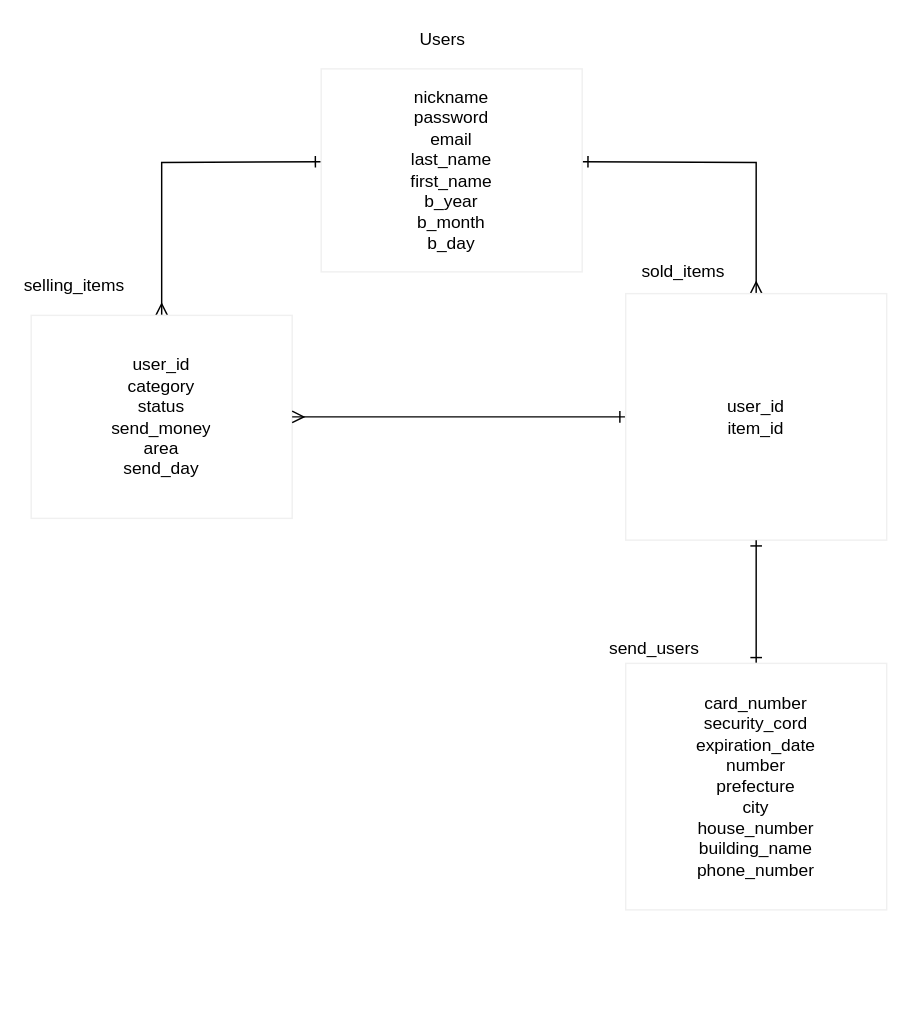
Earlier version of the draw.io diagram table.dio (kobayashi-kenta/furima-31484). Source tidied: cells renumbered, new cells numbered last; positions are measured from the earlier drawing's top-left corner, leaving out a move shared by most shapes. Both pictures are drawn from the tidied source at 145%, with x=0, y=0 at pixel (30, 25).
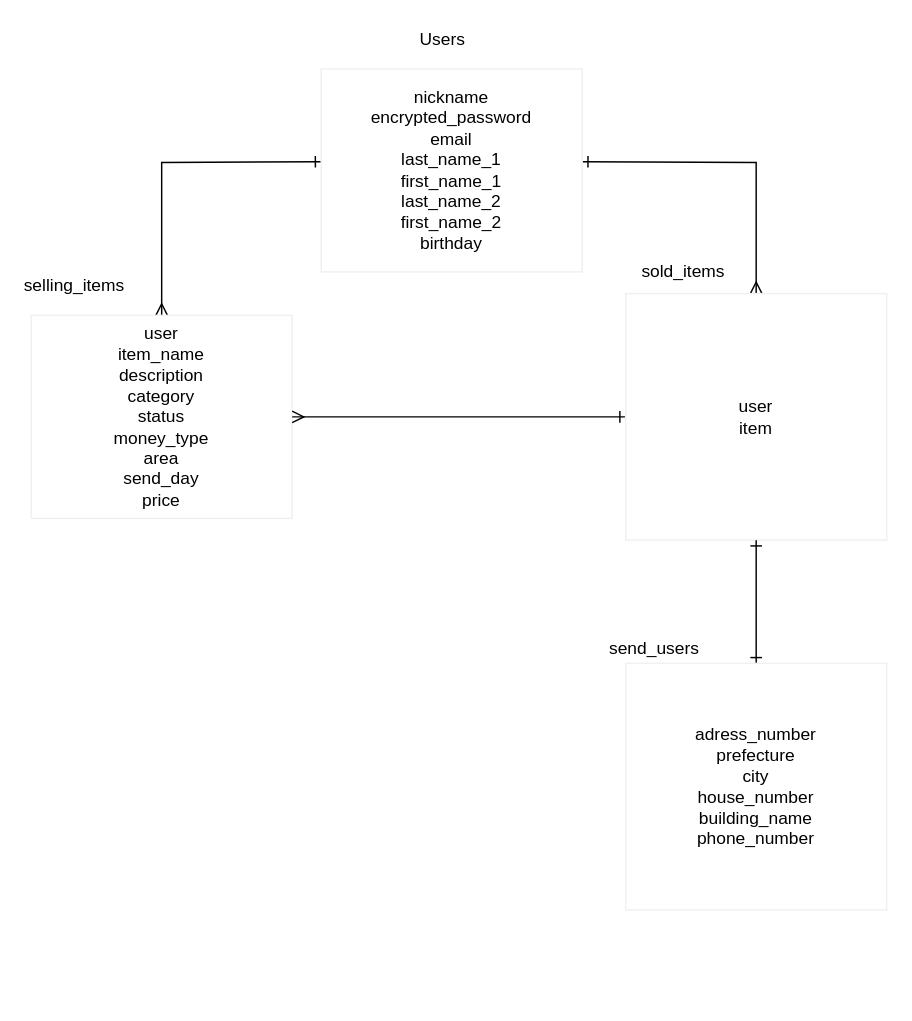
The same page after the edit.

Change to the diagram source:
```diff
@@
 <mxGraphModel>
   <root>
     <mxCell id="0" />
     <mxCell id="1" parent="0" />
     <mxCell id="2" style="edgeStyle=orthogonalEdgeStyle;rounded=0;jettySize=auto;html=1;exitX=0;exitY=0.5;exitDx=0;exitDy=0;entryX=0.5;entryY=0;entryDx=0;entryDy=0;endArrow=ERmany;endFill=0;startArrow=ERone;startFill=0;" parent="1" edge="1" target="5">
       <mxGeometry relative="1" as="geometry">
         <mxPoint x="200" y="94" as="sourcePoint" />
       </mxGeometry>
     </mxCell>
     <mxCell id="3" style="edgeStyle=orthogonalEdgeStyle;rounded=0;jettySize=auto;html=1;exitX=1;exitY=0.5;exitDx=0;exitDy=0;entryX=0.5;entryY=0;entryDx=0;entryDy=0;endArrow=ERmany;endFill=0;startArrow=ERone;startFill=0;" parent="1" edge="1" target="7">
       <mxGeometry relative="1" as="geometry">
         <mxPoint x="380" y="94" as="sourcePoint" />
       </mxGeometry>
     </mxCell>
-    <mxCell id="4" value="nickname&lt;br&gt;password&lt;br&gt;email&lt;br&gt;last_name&lt;br&gt;first_name&lt;br&gt;b_year&lt;br&gt;b_month&lt;br&gt;b_day" style="text;fillColor=none;html=1;whiteSpace=wrap;verticalAlign=middle;overflow=hidden;strokeColor=#f0f0f0;align=center;" parent="1" vertex="1">
+    <mxCell id="4" value="nickname&lt;br&gt;encrypted_password&lt;br&gt;email&lt;br&gt;last_name_1&lt;br&gt;first_name_1&lt;br&gt;last_name_2&lt;br&gt;first_name_2&lt;br&gt;birthday" style="text;fillColor=none;html=1;whiteSpace=wrap;verticalAlign=middle;overflow=hidden;strokeColor=#f0f0f0;align=center;" parent="1" vertex="1">
       <mxGeometry x="200" y="30" width="180" height="140" as="geometry" />
     </mxCell>
-    <mxCell id="5" value="user_id&lt;br&gt;category&lt;br&gt;status&lt;br&gt;send_money&lt;br&gt;area&lt;br&gt;send_day" style="text;fillColor=none;html=1;whiteSpace=wrap;verticalAlign=middle;overflow=hidden;strokeColor=#f0f0f0;align=center;" parent="1" vertex="1">
+    <mxCell id="5" value="user&lt;br&gt;item_name&lt;br&gt;description&lt;br&gt;category&lt;br&gt;status&lt;br&gt;money_type&lt;br&gt;area&lt;br&gt;send_day&lt;br&gt;price" style="text;fillColor=none;html=1;whiteSpace=wrap;verticalAlign=middle;overflow=hidden;strokeColor=#f0f0f0;align=center;" parent="1" vertex="1">
       <mxGeometry y="200" width="180" height="140" as="geometry" />
     </mxCell>
     <mxCell id="6" style="edgeStyle=orthogonalEdgeStyle;rounded=0;jettySize=auto;html=1;exitX=0;exitY=0.5;exitDx=0;exitDy=0;entryX=1;entryY=0.5;entryDx=0;entryDy=0;startArrow=ERone;startFill=0;endArrow=ERmany;endFill=0;" parent="1" edge="1" source="7" target="5">
       <mxGeometry relative="1" as="geometry" />
     </mxCell>
-    <mxCell id="7" value="user_id&lt;br&gt;item_id" style="text;fillColor=none;html=1;whiteSpace=wrap;verticalAlign=middle;overflow=hidden;strokeColor=#f0f0f0;align=center;" parent="1" vertex="1">
+    <mxCell id="7" value="user&lt;br&gt;item" style="text;fillColor=none;html=1;whiteSpace=wrap;verticalAlign=middle;overflow=hidden;strokeColor=#f0f0f0;align=center;" parent="1" vertex="1">
       <mxGeometry x="410" y="185" width="180" height="170" as="geometry" />
     </mxCell>
     <mxCell id="8" value="Users" style="text;html=1;strokeColor=none;fillColor=none;align=center;verticalAlign=middle;whiteSpace=wrap;rounded=0;" parent="1" vertex="1">
       <mxGeometry x="264" width="40" height="20" as="geometry" />
     </mxCell>
     <mxCell id="9" value="selling_items" style="text;html=1;strokeColor=none;fillColor=none;align=center;verticalAlign=middle;whiteSpace=wrap;rounded=0;" parent="1" vertex="1">
       <mxGeometry x="10" y="170" width="40" height="20" as="geometry" />
     </mxCell>
     <mxCell id="10" value="sold_items" style="text;html=1;strokeColor=none;fillColor=none;align=center;verticalAlign=middle;whiteSpace=wrap;rounded=0;" parent="1" vertex="1">
       <mxGeometry x="430" y="160" width="40" height="20" as="geometry" />
     </mxCell>
     <mxCell id="11" style="edgeStyle=orthogonalEdgeStyle;rounded=0;orthogonalLoop=1;jettySize=auto;html=1;exitX=0.5;exitY=1;exitDx=0;exitDy=0;" parent="1" edge="1" source="10" target="10">
       <mxGeometry relative="1" as="geometry" />
     </mxCell>
     <mxCell id="12" value="&lt;div&gt;&lt;br&gt;&lt;/div&gt;" style="text;strokeColor=none;fillColor=none;html=1;whiteSpace=wrap;verticalAlign=middle;overflow=hidden;" parent="1" vertex="1">
       <mxGeometry x="440" y="590" width="100" height="80" as="geometry" />
     </mxCell>
     <mxCell id="13" style="edgeStyle=orthogonalEdgeStyle;rounded=0;jettySize=auto;html=1;startArrow=ERone;startFill=0;endArrow=ERone;endFill=0;" parent="1" edge="1" source="14" target="7">
       <mxGeometry relative="1" as="geometry" />
     </mxCell>
-    <mxCell id="14" value="card_number&lt;br&gt;security_cord&lt;br&gt;expiration_date&lt;br&gt;number&lt;br&gt;prefecture&lt;br&gt;city&lt;br&gt;house_number&lt;br&gt;building_name&lt;br&gt;phone_number" style="text;fillColor=none;html=1;whiteSpace=wrap;verticalAlign=middle;overflow=hidden;strokeColor=#f0f0f0;align=center;" parent="1" vertex="1">
+    <mxCell id="14" value="adress_number&lt;br&gt;prefecture&lt;br&gt;city&lt;br&gt;house_number&lt;br&gt;building_name&lt;br&gt;phone_number" style="text;fillColor=none;html=1;whiteSpace=wrap;verticalAlign=middle;overflow=hidden;strokeColor=#f0f0f0;align=center;" parent="1" vertex="1">
       <mxGeometry x="410" y="440" width="180" height="170" as="geometry" />
     </mxCell>
     <mxCell id="15" value="send_users" style="text;html=1;strokeColor=none;fillColor=none;align=center;verticalAlign=middle;whiteSpace=wrap;rounded=0;" parent="1" vertex="1">
       <mxGeometry x="410" y="420" width="40" height="20" as="geometry" />
     </mxCell>
   </root>
 </mxGraphModel>
```
